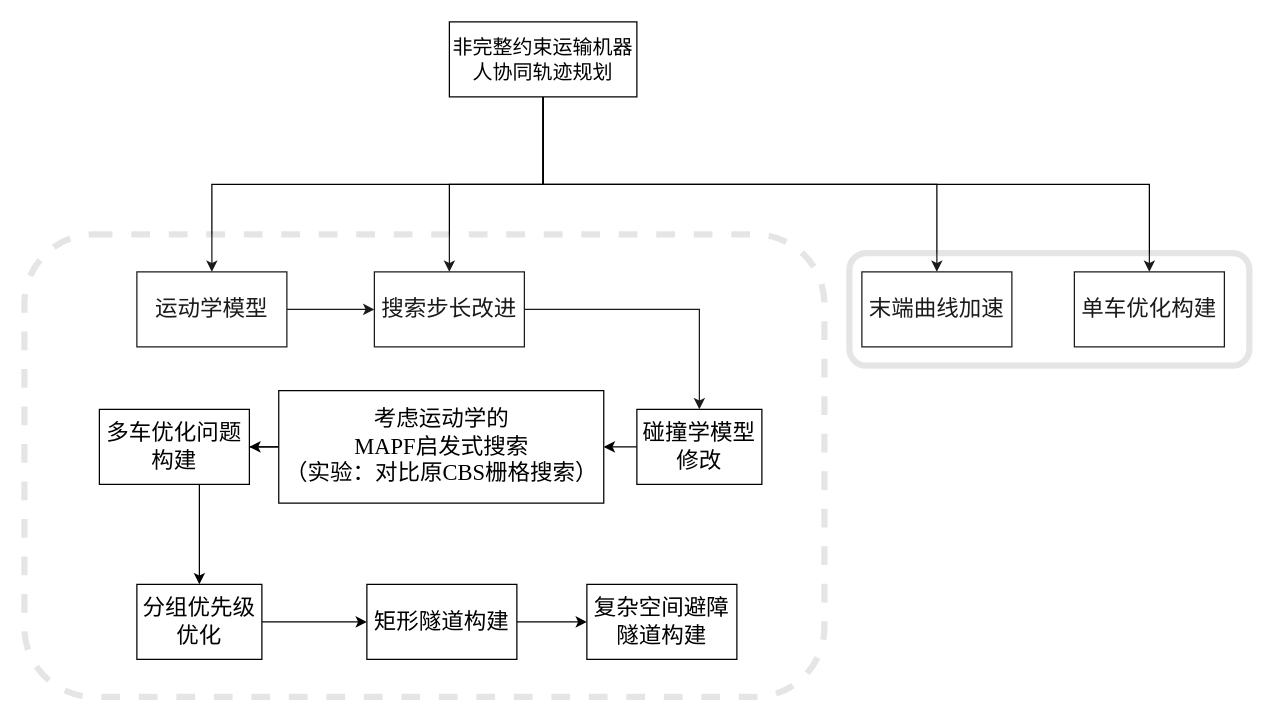
Above: 未命名绘图.drawio in JonHarold/-_myFirstRepository (draw.io), before the change. Source tidied: cells renumbered, new cells numbered last; positions are measured from the earlier drawing's top-left corner, leaving out a move shared by most shapes. Both pictures are drawn from the tidied source at 125%, with x=0, y=0 at pixel (24, 21).
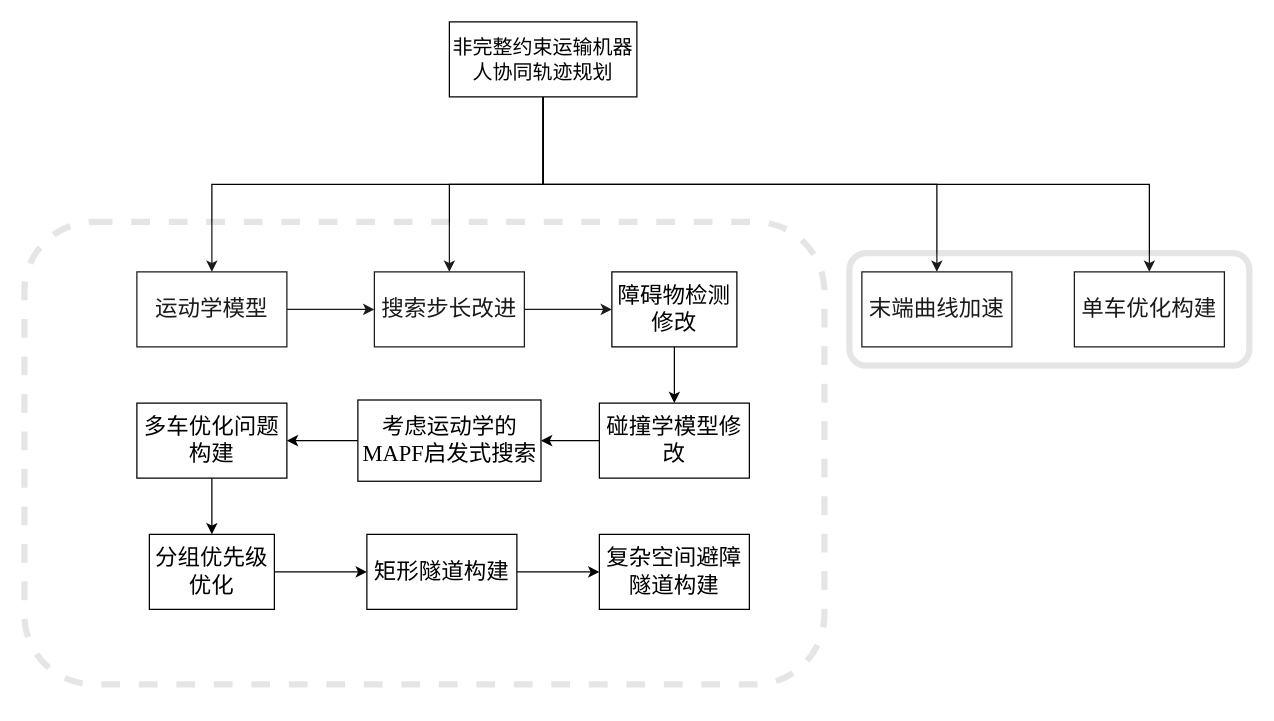
The same diagram, later.

Commit message:
更新未命名绘图.drawio

Unchanged cells that the change refers to:
```xml
<mxCell id="5" value="&lt;font style=&quot;font-size: 18px;&quot;&gt;搜索步长改进&lt;/font&gt;" style="rounded=0;whiteSpace=wrap;html=1;fontFamily=Times New Roman;" parent="1" vertex="1">
  <mxGeometry x="280" y="200" width="120" height="60" as="geometry" />
</mxCell>
```

What changed in the source:
```diff
@@
-    <mxCell id="4" style="edgeStyle=orthogonalEdgeStyle;rounded=0;jettySize=auto;html=1;entryX=0.5;entryY=0;entryDx=0;entryDy=0;fontSize=18;fontFamily=Times New Roman;" parent="1" edge="1" source="5" target="18">
+    <mxCell id="4" style="edgeStyle=orthogonalEdgeStyle;rounded=0;jettySize=auto;html=1;entryX=0;entryY=0.5;entryDx=0;entryDy=0;" parent="1" edge="1" source="5" target="18">
       <mxGeometry relative="1" as="geometry" />
     </mxCell>
@@
     <mxCell id="13" style="rounded=1;whiteSpace=wrap;html=1;gradientColor=none;opacity=10;strokeWidth=5;dashed=1;fontFamily=Times New Roman;" parent="1" vertex="1">
-      <mxGeometry y="170" width="640" height="370" as="geometry" />
+      <mxGeometry y="160" width="640" height="370" as="geometry" />
     </mxCell>
-    <mxCell id="14" style="edgeStyle=orthogonalEdgeStyle;rounded=0;jettySize=auto;html=1;fontSize=18;fontFamily=Times New Roman;" parent="1" edge="1" source="16" target="22">
-      <mxGeometry relative="1" as="geometry" />
-    </mxCell>
-    <mxCell id="15" style="edgeStyle=orthogonalEdgeStyle;rounded=0;jettySize=auto;html=1;fontFamily=Times New Roman;" parent="1" edge="1" source="16" target="20">
+    <mxCell id="15" style="edgeStyle=orthogonalEdgeStyle;rounded=0;jettySize=auto;html=1;fontFamily=Times New Roman;entryX=1;entryY=0.5;entryDx=0;entryDy=0;" parent="1" edge="1" source="16" target="20">
       <mxGeometry relative="1" as="geometry" />
     </mxCell>
-    <mxCell id="16" value="&lt;font style=&quot;font-size: 18px;&quot;&gt;考虑运动学的&lt;br&gt;MAPF启发式搜索&lt;br&gt;（实验：对比原CBS栅格搜索）&lt;/font&gt;" style="rounded=0;whiteSpace=wrap;html=1;strokeWidth=1;gradientColor=none;fontFamily=Times New Roman;" parent="1" vertex="1">
-      <mxGeometry x="203.5" y="295" width="260" height="90" as="geometry" />
+    <mxCell id="16" value="&lt;font style=&quot;font-size: 18px;&quot;&gt;考虑运动学的&lt;br&gt;MAPF启发式搜索&lt;br&gt;&lt;/font&gt;" style="rounded=0;whiteSpace=wrap;html=1;strokeWidth=1;gradientColor=none;fontFamily=Times New Roman;" parent="1" vertex="1">
+      <mxGeometry x="266.8" y="302.5" width="146.5" height="65" as="geometry" />
     </mxCell>
-    <mxCell id="17" style="edgeStyle=orthogonalEdgeStyle;rounded=0;jettySize=auto;html=1;exitX=0;exitY=0.5;exitDx=0;exitDy=0;fontSize=18;fontFamily=Times New Roman;" parent="1" edge="1" source="18" target="16">
+    <mxCell id="17" style="edgeStyle=orthogonalEdgeStyle;rounded=0;jettySize=auto;html=1;exitX=0.5;exitY=1;exitDx=0;exitDy=0;fontSize=18;fontFamily=Times New Roman;entryX=0.5;entryY=0;entryDx=0;entryDy=0;" parent="1" edge="1" source="18" target="28">
       <mxGeometry relative="1" as="geometry" />
     </mxCell>
-    <mxCell id="18" value="&lt;font style=&quot;font-size: 18px;&quot;&gt;碰撞学模型修改&lt;/font&gt;" style="rounded=0;whiteSpace=wrap;html=1;strokeWidth=1;gradientColor=none;fontFamily=Times New Roman;" parent="1" vertex="1">
-      <mxGeometry x="490" y="310" width="100" height="60" as="geometry" />
+    <mxCell id="18" value="&lt;span style=&quot;font-size: 18px;&quot;&gt;障碍物检测修改&lt;/span&gt;" style="rounded=0;whiteSpace=wrap;html=1;strokeWidth=1;gradientColor=none;fontFamily=Times New Roman;" parent="1" vertex="1">
+      <mxGeometry x="470" y="200" width="100" height="60" as="geometry" />
     </mxCell>
-    <mxCell id="19" style="edgeStyle=orthogonalEdgeStyle;rounded=0;orthogonalLoop=1;jettySize=auto;html=1;exitX=0.5;exitY=1;exitDx=0;exitDy=0;fontSize=18;fontFamily=Times New Roman;" parent="1" edge="1" source="16" target="16">
-      <mxGeometry relative="1" as="geometry" />
-    </mxCell>
-    <mxCell id="20" value="多车优化问题构建" style="rounded=0;whiteSpace=wrap;html=1;strokeWidth=1;fontSize=18;gradientColor=none;fontFamily=Times New Roman;" parent="1" vertex="1">
-      <mxGeometry x="60" y="310" width="120" height="60" as="geometry" />
-    </mxCell>
@@
     <mxCell id="22" value="分组优先级优化" style="rounded=0;whiteSpace=wrap;html=1;strokeWidth=1;fontSize=18;gradientColor=none;fontFamily=Times New Roman;" parent="1" vertex="1">
-      <mxGeometry x="90" y="450" width="100" height="60" as="geometry" />
+      <mxGeometry x="100" y="410" width="100" height="60" as="geometry" />
     </mxCell>
@@
     <mxCell id="24" value="矩形隧道构建" style="rounded=0;whiteSpace=wrap;html=1;strokeWidth=1;fontSize=18;gradientColor=none;fontFamily=Times New Roman;" parent="1" vertex="1">
-      <mxGeometry x="274" y="450" width="120" height="60" as="geometry" />
+      <mxGeometry x="274" y="410" width="120" height="60" as="geometry" />
     </mxCell>
     <mxCell id="25" value="复杂空间避障隧道构建" style="rounded=0;whiteSpace=wrap;html=1;strokeWidth=1;fontSize=18;gradientColor=none;fontFamily=Times New Roman;" parent="1" vertex="1">
-      <mxGeometry x="450" y="450" width="120" height="60" as="geometry" />
+      <mxGeometry x="460" y="410" width="120" height="60" as="geometry" />
     </mxCell>
@@
+    <mxCell id="27" style="edgeStyle=orthogonalEdgeStyle;rounded=0;jettySize=auto;html=1;entryX=1;entryY=0.5;entryDx=0;entryDy=0;" parent="1" edge="1" source="28" target="16">
+      <mxGeometry relative="1" as="geometry" />
+    </mxCell>
+    <mxCell id="28" value="&lt;span style=&quot;font-family: &amp;quot;Times New Roman&amp;quot;; font-size: 18px;&quot;&gt;碰撞学模型修改&lt;/span&gt;" style="rounded=0;whiteSpace=wrap;html=1;" parent="1" vertex="1">
+      <mxGeometry x="460" y="305" width="120" height="60" as="geometry" />
+    </mxCell>
+    <mxCell id="29" style="edgeStyle=orthogonalEdgeStyle;rounded=0;jettySize=auto;html=1;" parent="1" edge="1" source="20" target="22">
+      <mxGeometry relative="1" as="geometry" />
+    </mxCell>
+    <mxCell id="20" value="多车优化问题构建" style="rounded=0;whiteSpace=wrap;html=1;strokeWidth=1;fontSize=18;gradientColor=none;fontFamily=Times New Roman;" parent="1" vertex="1">
+      <mxGeometry x="90" y="305" width="120" height="60" as="geometry" />
+    </mxCell>
```
